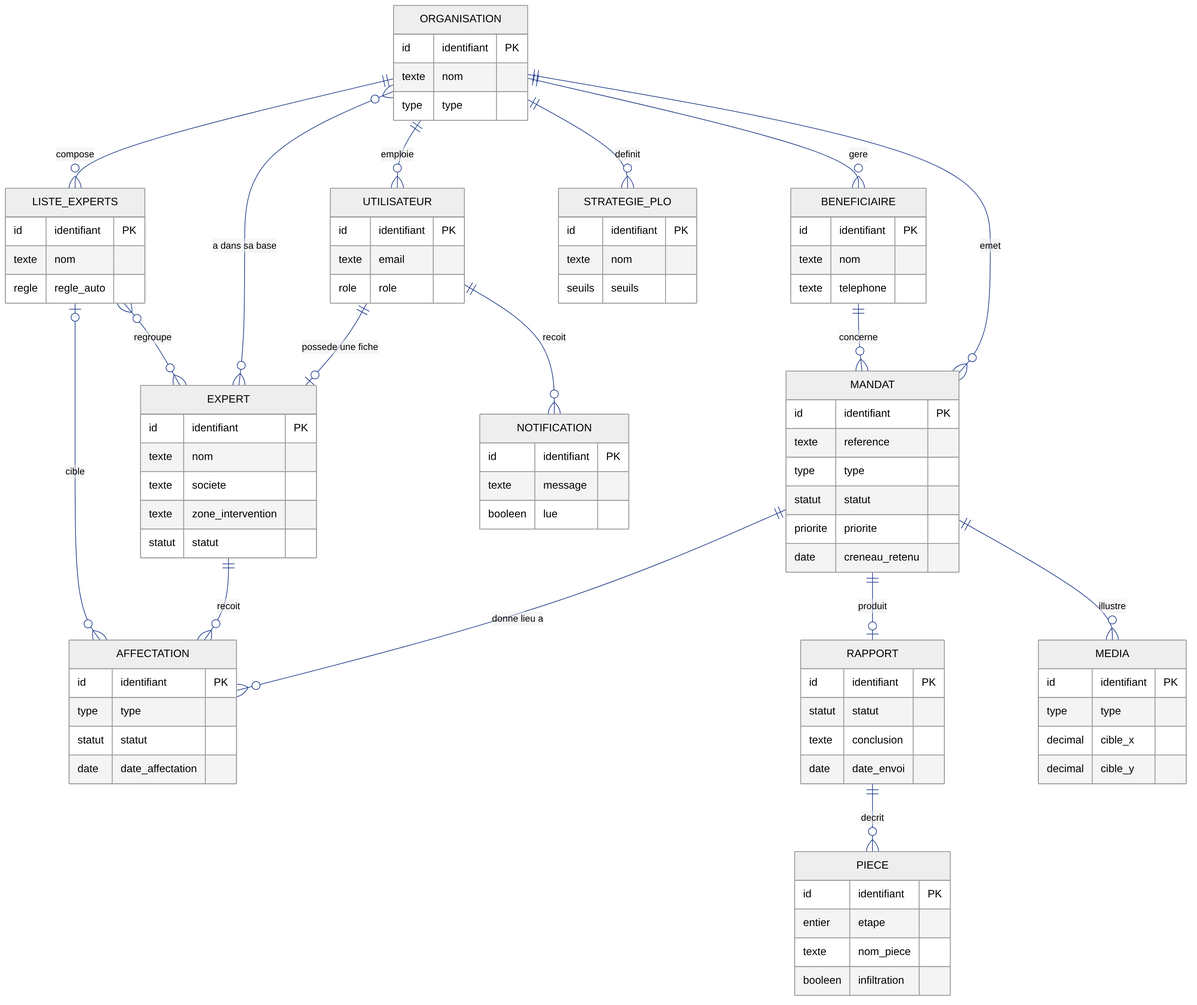
Earlier version of the Mermaid export docs/diagrammes/04_mcd.png (topacabana/plomi). Its source is kept beside it as docs/diagrammes/04_mcd.mmd.
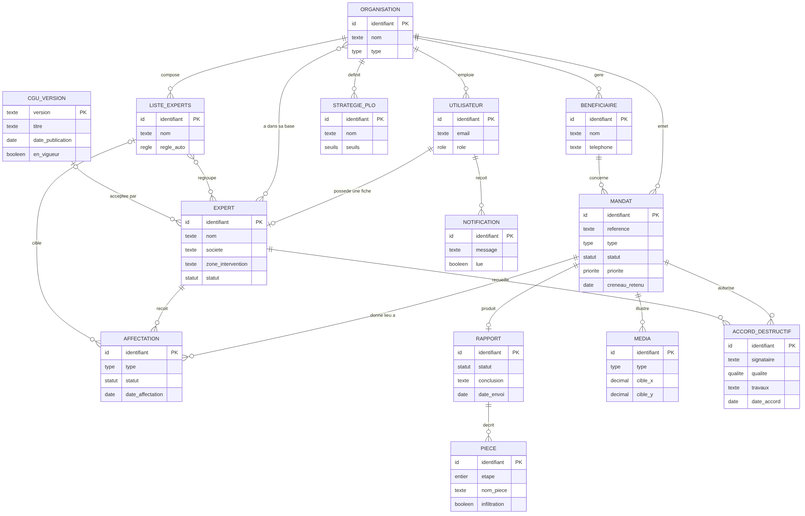
Later version of the same file.

What changed in the source:
```diff
@@ -68,6 +68,19 @@
     texte nom
     seuils seuils
   }
+  CGU_VERSION {
+    texte version PK
+    texte titre
+    date date_publication
+    booleen en_vigueur
+  }
+  ACCORD_DESTRUCTIF {
+    id identifiant PK
+    texte signataire
+    qualite qualite
+    texte travaux
+    date date_accord
+  }
   ORGANISATION ||--o{ UTILISATEUR : "emploie"
   UTILISATEUR ||--o| EXPERT : "possede une fiche"
   ORGANISATION }o--o{ EXPERT : "a dans sa base"
@@ -84,3 +97,6 @@
   MANDAT ||--o{ MEDIA : "illustre"
   UTILISATEUR ||--o{ NOTIFICATION : "recoit"
   ORGANISATION ||--o{ STRATEGIE_PLO : "definit"
+  CGU_VERSION |o--o{ EXPERT : "acceptee par"
+  MANDAT ||--o{ ACCORD_DESTRUCTIF : "autorise"
+  EXPERT ||--o{ ACCORD_DESTRUCTIF : "recueille"
```
